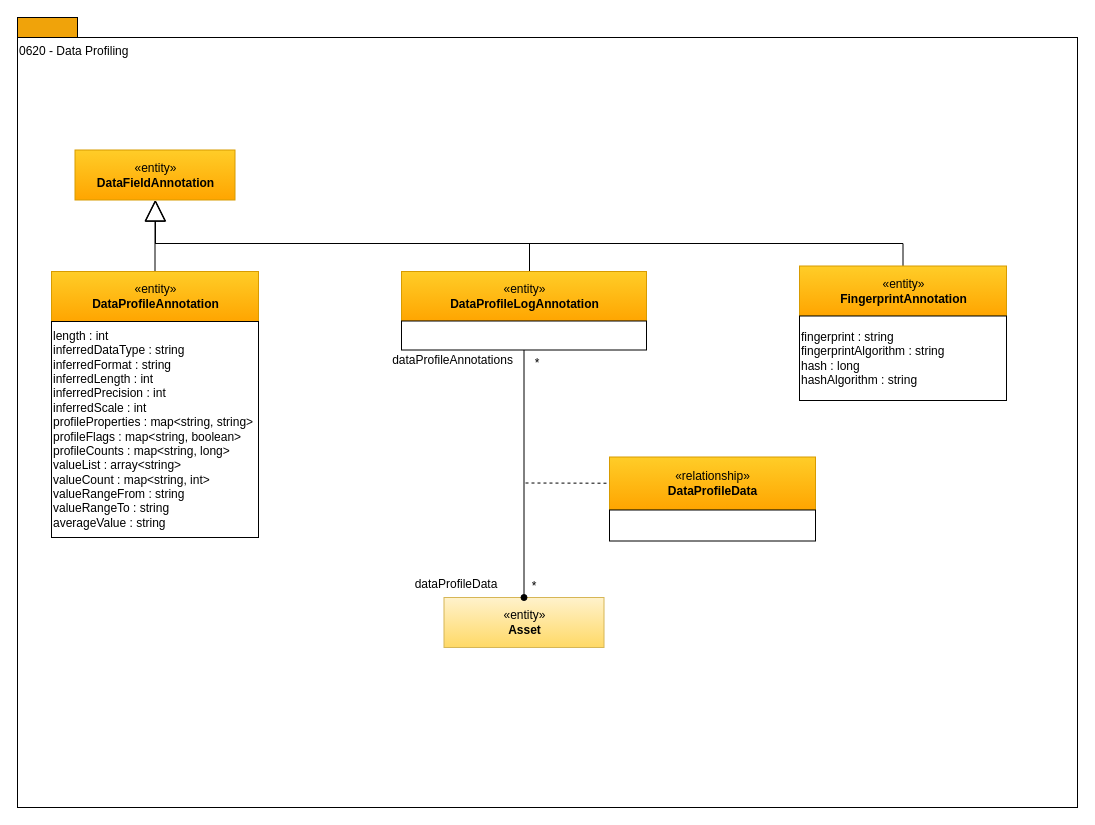
The draw.io diagram page "0620-Resource-Profiling" (10 of 17) of site/docs/types/6/area-6-discovery.drawio in odpi/egeria-docs, before the edit. Source tidied: cells renumbered, new cells numbered last; positions are measured from the earlier drawing's top-left corner, leaving out a move shared by most shapes. Both pictures are drawn from the tidied source at 100%, with x=0, y=0 at pixel (17, 17).
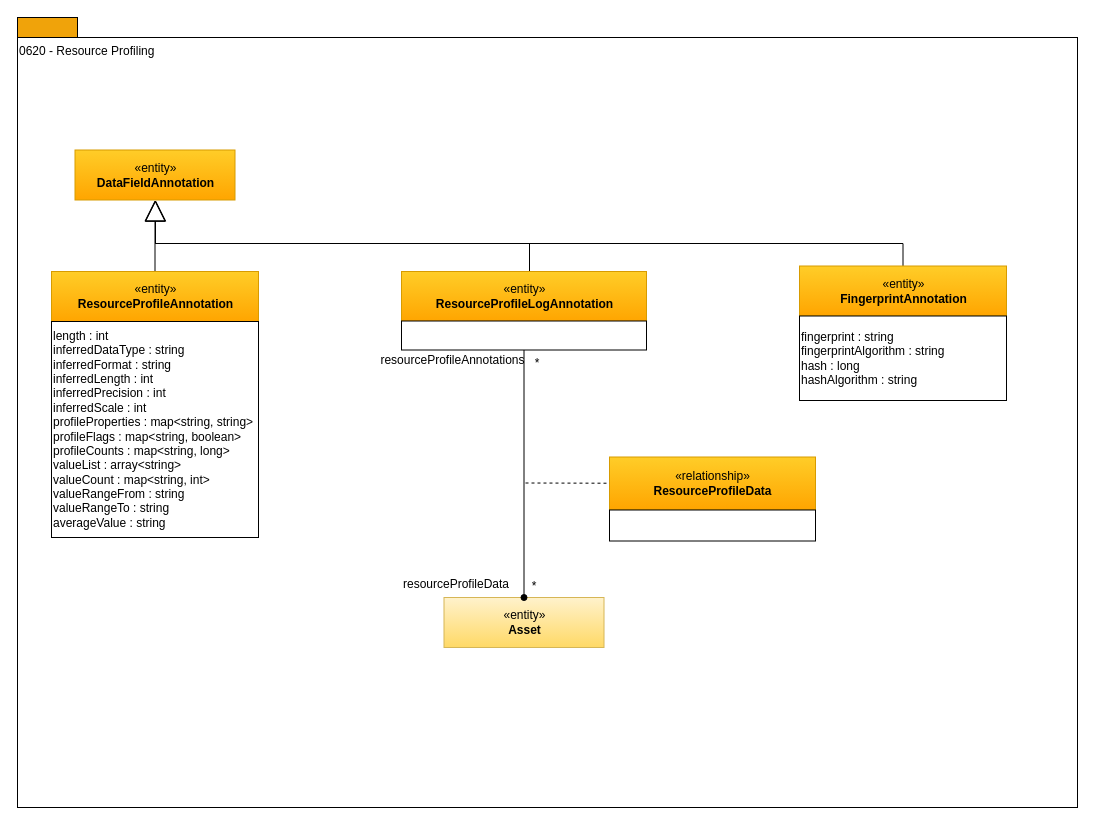
The same diagram, later.

The edit, as a diff of the source:
```diff
@@
-    <mxCell id="3" value="0620 - Data Profiling" style="rounded=0;whiteSpace=wrap;html=1;align=left;verticalAlign=top;" parent="1" vertex="1">
+    <mxCell id="3" value="0620 - Resource Profiling" style="rounded=0;whiteSpace=wrap;html=1;align=left;verticalAlign=top;" parent="1" vertex="1">
       <mxGeometry y="20" width="1060" height="770" as="geometry" />
     </mxCell>
@@
-    <mxCell id="5" value="«entity»&lt;br&gt;&lt;b&gt;DataProfileAnnotation&lt;/b&gt;" style="html=1;strokeColor=#d79b00;align=center;fillColor=#ffcd28;gradientColor=#ffa500;" parent="1" vertex="1">
+    <mxCell id="5" value="«entity»&lt;br&gt;&lt;b&gt;ResourceProfileAnnotation&lt;/b&gt;" style="html=1;strokeColor=#d79b00;align=center;fillColor=#ffcd28;gradientColor=#ffa500;" parent="1" vertex="1">
       <mxGeometry x="34" y="254" width="207" height="50" as="geometry" />
     </mxCell>
@@
-    <mxCell id="9" value="«entity»&lt;br&gt;&lt;b&gt;DataProfileLogAnnotation&lt;/b&gt;" style="html=1;strokeColor=#d79b00;align=center;fillColor=#ffcd28;gradientColor=#ffa500;" parent="1" vertex="1">
+    <mxCell id="9" value="«entity»&lt;br&gt;&lt;b&gt;ResourceProfileLogAnnotation&lt;/b&gt;" style="html=1;strokeColor=#d79b00;align=center;fillColor=#ffcd28;gradientColor=#ffa500;" parent="1" vertex="1">
       <mxGeometry x="384" y="254" width="245" height="50" as="geometry" />
     </mxCell>
@@
-    <mxCell id="13" value="dataProfileData" style="text;html=1;strokeColor=none;fillColor=none;align=center;verticalAlign=middle;whiteSpace=wrap;rounded=0;" parent="1" vertex="1">
+    <mxCell id="13" value="resourceProfileData" style="text;html=1;strokeColor=none;fillColor=none;align=center;verticalAlign=middle;whiteSpace=wrap;rounded=0;" parent="1" vertex="1">
       <mxGeometry x="374" y="556.5" width="130" height="20" as="geometry" />
     </mxCell>
@@
-    <mxCell id="15" value="dataProfileAnnotations" style="text;html=1;strokeColor=none;fillColor=none;align=center;verticalAlign=middle;whiteSpace=wrap;rounded=0;" parent="1" vertex="1">
+    <mxCell id="15" value="resourceProfileAnnotations" style="text;html=1;strokeColor=none;fillColor=none;align=center;verticalAlign=middle;whiteSpace=wrap;rounded=0;" parent="1" vertex="1">
       <mxGeometry x="371" y="332.5" width="129" height="20" as="geometry" />
     </mxCell>
-    <mxCell id="16" value="«relationship»&lt;br&gt;&lt;b&gt;DataProfileData&lt;/b&gt;" style="html=1;strokeColor=#d79b00;align=center;fillColor=#ffcd28;gradientColor=#ffa500;" parent="1" vertex="1">
+    <mxCell id="16" value="«relationship»&lt;br&gt;&lt;b&gt;ResourceProfileData&lt;/b&gt;" style="html=1;strokeColor=#d79b00;align=center;fillColor=#ffcd28;gradientColor=#ffa500;" parent="1" vertex="1">
       <mxGeometry x="592" y="439.5" width="206" height="53" as="geometry" />
     </mxCell>
```
